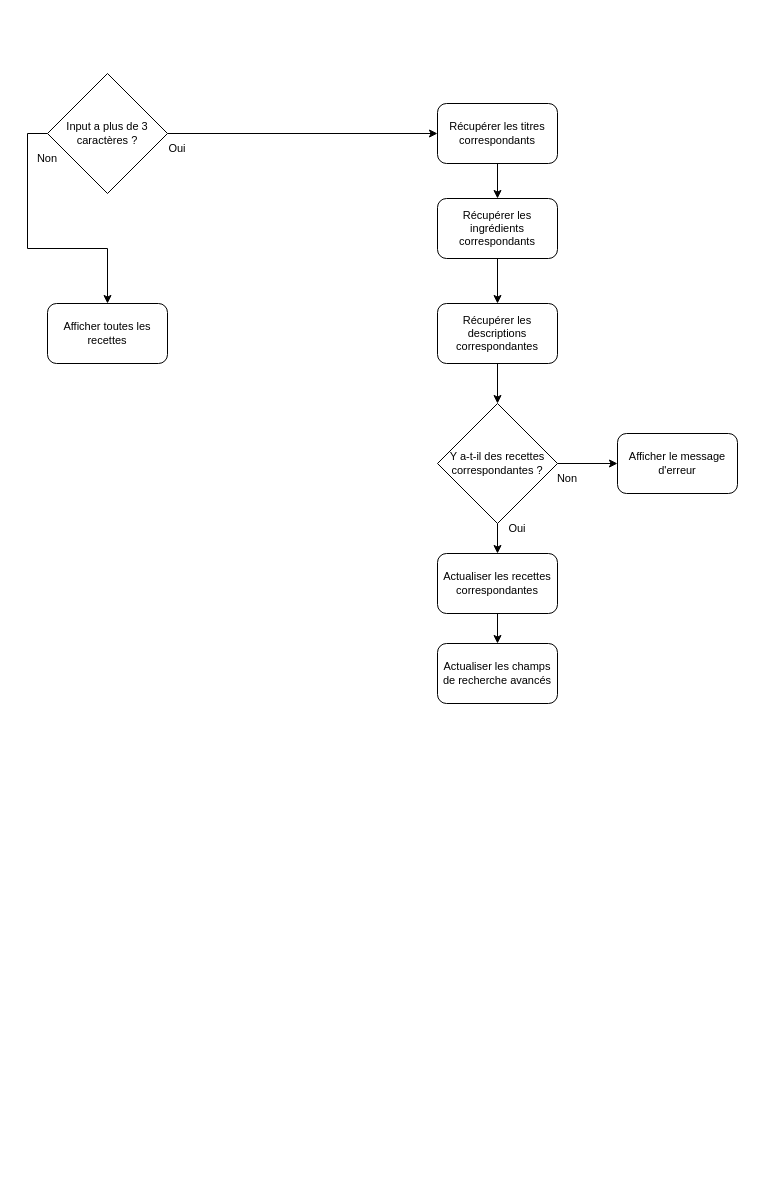
Earlier version of the draw.io diagram assets/Schéma.drawio (l-nikola/LesPetitsPlats). Source tidied: cells renumbered, new cells numbered last; positions are measured from the earlier drawing's top-left corner, leaving out a move shared by most shapes. Both pictures are drawn from the tidied source at 100%, with x=0, y=0 at pixel (17, 73).
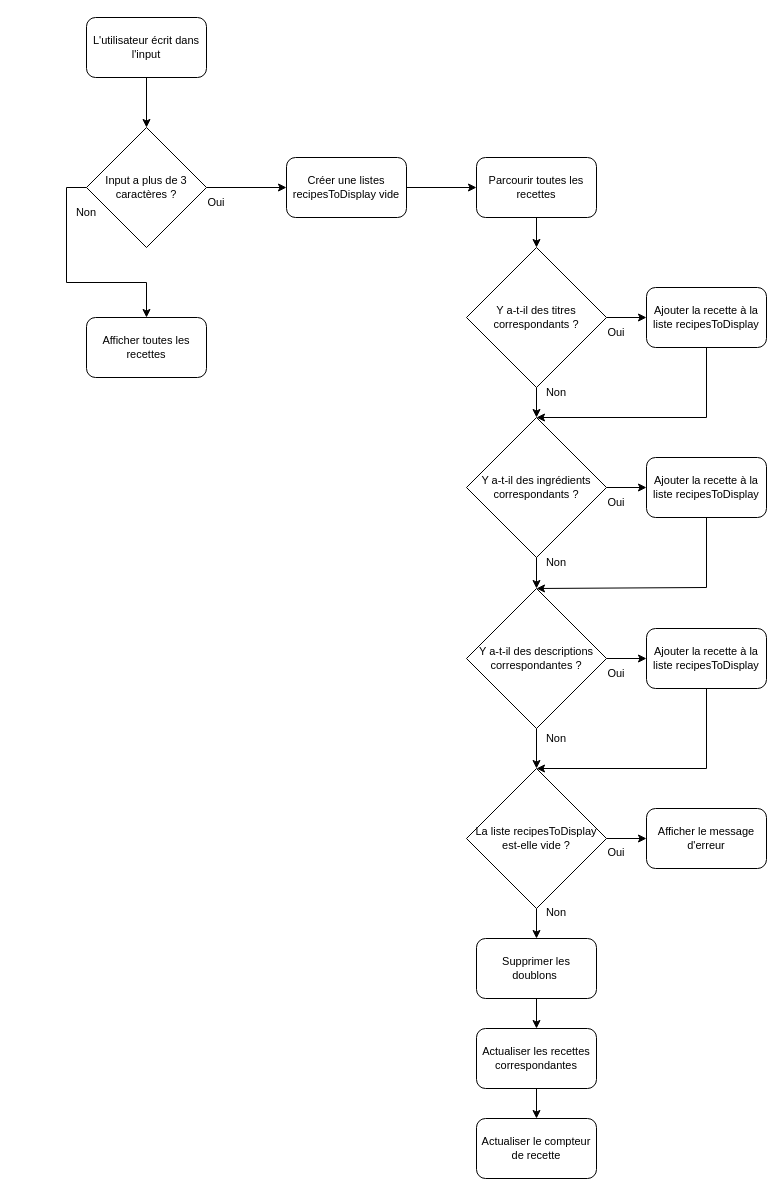
After the change.

Commit message:
fix : add details on schema

What changed in the source:
```diff
@@
-    <mxCell id="2" style="edgeStyle=orthogonalEdgeStyle;rounded=0;jettySize=auto;html=1;exitX=1;exitY=0.5;exitDx=0;exitDy=0;entryX=0;entryY=0.5;entryDx=0;entryDy=0;fontSize=11;" parent="1" edge="1" source="4" target="7">
+    <mxCell id="2" style="edgeStyle=orthogonalEdgeStyle;rounded=0;jettySize=auto;html=1;exitX=1;exitY=0.5;exitDx=0;exitDy=0;fontSize=11;entryX=0;entryY=0.5;entryDx=0;entryDy=0;" parent="1" edge="1" source="4" target="27">
       <mxGeometry relative="1" as="geometry" />
     </mxCell>
@@
     <mxCell id="4" value="Input a plus de 3 caractères ?" style="rhombus;whiteSpace=wrap;html=1;rounded=0;fontSize=11;" parent="1" vertex="1">
-      <mxGeometry x="30" width="120" height="120" as="geometry" />
+      <mxGeometry x="69" y="54" width="120" height="120" as="geometry" />
     </mxCell>
     <mxCell id="5" value="Afficher toutes les recettes" style="rounded=1;whiteSpace=wrap;html=1;fontSize=11;" parent="1" vertex="1">
-      <mxGeometry x="30" y="230" width="120" height="60" as="geometry" />
+      <mxGeometry x="69" y="244" width="120" height="60" as="geometry" />
     </mxCell>
-    <mxCell id="6" style="edgeStyle=orthogonalEdgeStyle;rounded=0;jettySize=auto;html=1;exitX=0.5;exitY=1;exitDx=0;exitDy=0;entryX=0.5;entryY=0;entryDx=0;entryDy=0;fontSize=11;" parent="1" edge="1" source="7" target="11">
+    <mxCell id="6" style="edgeStyle=orthogonalEdgeStyle;rounded=0;jettySize=auto;html=1;exitX=0.5;exitY=1;exitDx=0;exitDy=0;entryX=0.5;entryY=0;entryDx=0;entryDy=0;fontSize=11;" parent="1" edge="1" source="29" target="32">
       <mxGeometry relative="1" as="geometry" />
     </mxCell>
+    <mxCell id="23" style="edgeStyle=orthogonalEdgeStyle;rounded=0;jettySize=auto;html=1;entryX=0.5;entryY=0;entryDx=0;entryDy=0;" parent="1" edge="1" source="7" target="32">
+      <mxGeometry relative="1" as="geometry">
+        <Array as="points">
+          <mxPoint x="689" y="344" />
+        </Array>
+      </mxGeometry>
+    </mxCell>
-    <mxCell id="7" value="Récupérer les titres correspondants" style="rounded=1;whiteSpace=wrap;html=1;fontSize=11;" parent="1" vertex="1">
-      <mxGeometry x="420" y="30" width="120" height="60" as="geometry" />
+    <mxCell id="7" value="Ajouter la recette à la liste recipesToDisplay" style="rounded=1;whiteSpace=wrap;html=1;fontSize=11;" parent="1" vertex="1">
+      <mxGeometry x="629" y="214" width="120" height="60" as="geometry" />
     </mxCell>
-    <mxCell id="8" style="edgeStyle=orthogonalEdgeStyle;rounded=0;jettySize=auto;html=1;exitX=0.5;exitY=1;exitDx=0;exitDy=0;entryX=0.5;entryY=0;entryDx=0;entryDy=0;fontSize=11;" parent="1" edge="1" source="9" target="14">
-      <mxGeometry relative="1" as="geometry" />
-    </mxCell>
-    <mxCell id="9" value="Récupérer les descriptions correspondantes" style="rounded=1;whiteSpace=wrap;html=1;fontSize=11;" parent="1" vertex="1">
-      <mxGeometry x="420" y="230" width="120" height="60" as="geometry" />
-    </mxCell>
-    <mxCell id="10" style="edgeStyle=orthogonalEdgeStyle;rounded=0;jettySize=auto;html=1;exitX=0.5;exitY=1;exitDx=0;exitDy=0;entryX=0.5;entryY=0;entryDx=0;entryDy=0;fontSize=11;" parent="1" edge="1" source="11" target="9">
-      <mxGeometry relative="1" as="geometry" />
-    </mxCell>
-    <mxCell id="11" value="Récupérer les ingrédients correspondants" style="rounded=1;whiteSpace=wrap;html=1;fontSize=11;" parent="1" vertex="1">
-      <mxGeometry x="420" y="125" width="120" height="60" as="geometry" />
-    </mxCell>
-    <mxCell id="12" style="edgeStyle=orthogonalEdgeStyle;rounded=0;jettySize=auto;html=1;exitX=1;exitY=0.5;exitDx=0;exitDy=0;entryX=0;entryY=0.5;entryDx=0;entryDy=0;fontSize=11;" parent="1" edge="1" source="14" target="15">
-      <mxGeometry relative="1" as="geometry" />
-    </mxCell>
-    <mxCell id="13" style="edgeStyle=orthogonalEdgeStyle;rounded=0;jettySize=auto;html=1;exitX=0.5;exitY=1;exitDx=0;exitDy=0;entryX=0.5;entryY=0;entryDx=0;entryDy=0;fontSize=11;" parent="1" edge="1" source="14" target="17">
-      <mxGeometry relative="1" as="geometry" />
-    </mxCell>
-    <mxCell id="14" value="Y a-t-il des recettes correspondantes ?" style="rhombus;whiteSpace=wrap;html=1;fontSize=11;" parent="1" vertex="1">
-      <mxGeometry x="420" y="330" width="120" height="120" as="geometry" />
-    </mxCell>
+    <mxCell id="19" value="Oui" style="text;html=1;align=center;verticalAlign=middle;whiteSpace=wrap;rounded=0;fontSize=11;" parent="1" vertex="1">
+      <mxGeometry x="169" y="114" width="60" height="30" as="geometry" />
+    </mxCell>
+    <mxCell id="22" value="Non" style="text;html=1;align=center;verticalAlign=middle;whiteSpace=wrap;rounded=0;fontSize=11;" parent="1" vertex="1">
+      <mxGeometry x="39" y="124" width="60" height="30" as="geometry" />
+    </mxCell>
+    <mxCell id="24" style="edgeStyle=orthogonalEdgeStyle;rounded=0;jettySize=auto;html=1;" parent="1" edge="1" source="25" target="4">
+      <mxGeometry relative="1" as="geometry" />
+    </mxCell>
+    <mxCell id="25" value="L'utilisateur écrit dans l'input" style="rounded=1;whiteSpace=wrap;html=1;fontSize=11;" parent="1" vertex="1">
+      <mxGeometry x="69" y="-56" width="120" height="60" as="geometry" />
+    </mxCell>
+    <mxCell id="26" style="edgeStyle=orthogonalEdgeStyle;rounded=0;jettySize=auto;html=1;entryX=0;entryY=0.5;entryDx=0;entryDy=0;" parent="1" edge="1" source="27" target="35">
+      <mxGeometry relative="1" as="geometry" />
+    </mxCell>
+    <mxCell id="27" value="Créer une listes recipesToDisplay vide" style="rounded=1;whiteSpace=wrap;html=1;fontSize=11;" parent="1" vertex="1">
+      <mxGeometry x="269" y="84" width="120" height="60" as="geometry" />
+    </mxCell>
+    <mxCell id="28" style="edgeStyle=orthogonalEdgeStyle;rounded=0;jettySize=auto;html=1;" parent="1" edge="1" source="29" target="7">
+      <mxGeometry relative="1" as="geometry" />
+    </mxCell>
+    <mxCell id="29" value="&lt;font&gt;Y a-t-il des titres correspondants ?&lt;/font&gt;" style="rhombus;whiteSpace=wrap;html=1;fontSize=11;align=center;fillColor=default;rounded=0;shadow=0;" parent="1" vertex="1">
+      <mxGeometry x="449" y="174" width="140" height="140" as="geometry" />
+    </mxCell>
+    <mxCell id="30" value="Ajouter la recette à la liste recipesToDisplay" style="rounded=1;whiteSpace=wrap;html=1;fontSize=11;" parent="1" vertex="1">
+      <mxGeometry x="629" y="384" width="120" height="60" as="geometry" />
+    </mxCell>
+    <mxCell id="31" style="edgeStyle=orthogonalEdgeStyle;rounded=0;jettySize=auto;html=1;" parent="1" edge="1" source="32" target="30">
+      <mxGeometry relative="1" as="geometry" />
+    </mxCell>
+    <mxCell id="32" value="Y a-t-il des ingrédients correspondants ?" style="rhombus;whiteSpace=wrap;html=1;fontSize=11;" parent="1" vertex="1">
+      <mxGeometry x="449" y="344" width="140" height="140" as="geometry" />
+    </mxCell>
+    <mxCell id="33" style="edgeStyle=orthogonalEdgeStyle;rounded=0;jettySize=auto;html=1;fontSize=11;exitX=0.5;exitY=1;exitDx=0;exitDy=0;entryX=0.5;entryY=0;entryDx=0;entryDy=0;" parent="1" edge="1" source="32" target="45">
+      <mxGeometry relative="1" as="geometry" />
+    </mxCell>
+    <mxCell id="34" style="edgeStyle=orthogonalEdgeStyle;rounded=0;jettySize=auto;html=1;" parent="1" edge="1" source="35" target="29">
+      <mxGeometry relative="1" as="geometry" />
+    </mxCell>
+    <mxCell id="35" value="Parcourir toutes les recettes" style="rounded=1;whiteSpace=wrap;html=1;fontSize=11;" parent="1" vertex="1">
+      <mxGeometry x="459" y="84" width="120" height="60" as="geometry" />
+    </mxCell>
+    <mxCell id="36" value="Non" style="text;html=1;align=center;verticalAlign=middle;whiteSpace=wrap;rounded=0;fontSize=11;" parent="1" vertex="1">
+      <mxGeometry x="509" y="304" width="60" height="30" as="geometry" />
+    </mxCell>
+    <mxCell id="37" value="Non" style="text;html=1;align=center;verticalAlign=middle;whiteSpace=wrap;rounded=0;fontSize=11;" parent="1" vertex="1">
+      <mxGeometry x="509" y="474" width="60" height="30" as="geometry" />
+    </mxCell>
+    <mxCell id="38" value="Oui" style="text;html=1;align=center;verticalAlign=middle;whiteSpace=wrap;rounded=0;fontSize=11;" parent="1" vertex="1">
+      <mxGeometry x="569" y="244" width="60" height="30" as="geometry" />
+    </mxCell>
+    <mxCell id="39" value="Oui" style="text;html=1;align=center;verticalAlign=middle;whiteSpace=wrap;rounded=0;fontSize=11;" parent="1" vertex="1">
+      <mxGeometry x="569" y="414" width="60" height="30" as="geometry" />
+    </mxCell>
+    <mxCell id="40" style="edgeStyle=orthogonalEdgeStyle;rounded=0;jettySize=auto;html=1;exitX=0.5;exitY=1;exitDx=0;exitDy=0;entryX=0.5;entryY=0;entryDx=0;entryDy=0;" parent="1" edge="1" source="30" target="45">
+      <mxGeometry relative="1" as="geometry">
+        <Array as="points">
+          <mxPoint x="689" y="514" />
+          <mxPoint x="519" y="514" />
+        </Array>
+      </mxGeometry>
+    </mxCell>
+    <mxCell id="41" style="edgeStyle=orthogonalEdgeStyle;rounded=0;jettySize=auto;html=1;exitX=0.5;exitY=1;exitDx=0;exitDy=0;entryX=0.5;entryY=0;entryDx=0;entryDy=0;fontSize=11;" parent="1" edge="1" source="17" target="42">
+      <mxGeometry relative="1" as="geometry" />
+    </mxCell>
+    <mxCell id="17" value="Actualiser les recettes correspondantes" style="rounded=1;whiteSpace=wrap;html=1;fontSize=11;" parent="1" vertex="1">
+      <mxGeometry x="459" y="955" width="120" height="60" as="geometry" />
+    </mxCell>
+    <mxCell id="42" value="Actualiser le compteur de recette" style="rounded=1;whiteSpace=wrap;html=1;fontSize=11;" parent="1" vertex="1">
+      <mxGeometry x="459" y="1045" width="120" height="60" as="geometry" />
+    </mxCell>
+    <mxCell id="43" style="edgeStyle=orthogonalEdgeStyle;rounded=0;jettySize=auto;html=1;" parent="1" edge="1" source="45" target="46">
+      <mxGeometry relative="1" as="geometry" />
+    </mxCell>
+    <mxCell id="44" style="edgeStyle=orthogonalEdgeStyle;rounded=0;jettySize=auto;html=1;entryX=0.5;entryY=0;entryDx=0;entryDy=0;" parent="1" edge="1" source="45" target="54">
+      <mxGeometry relative="1" as="geometry" />
+    </mxCell>
+    <mxCell id="45" value="Y a-t-il des descriptions correspondantes ?" style="rhombus;whiteSpace=wrap;html=1;fontSize=11;" parent="1" vertex="1">
+      <mxGeometry x="449" y="515" width="140" height="140" as="geometry" />
+    </mxCell>
+    <mxCell id="46" value="Ajouter la recette à la liste recipesToDisplay" style="rounded=1;whiteSpace=wrap;html=1;fontSize=11;" parent="1" vertex="1">
+      <mxGeometry x="629" y="555" width="120" height="60" as="geometry" />
+    </mxCell>
+    <mxCell id="47" value="Oui" style="text;html=1;align=center;verticalAlign=middle;whiteSpace=wrap;rounded=0;fontSize=11;" parent="1" vertex="1">
+      <mxGeometry x="569" y="585" width="60" height="30" as="geometry" />
+    </mxCell>
+    <mxCell id="48" value="Non" style="text;html=1;align=center;verticalAlign=middle;whiteSpace=wrap;rounded=0;fontSize=11;" parent="1" vertex="1">
+      <mxGeometry x="509" y="650" width="60" height="30" as="geometry" />
+    </mxCell>
+    <mxCell id="49" style="edgeStyle=orthogonalEdgeStyle;rounded=0;jettySize=auto;html=1;" parent="1" edge="1" source="50" target="17">
+      <mxGeometry relative="1" as="geometry" />
+    </mxCell>
+    <mxCell id="50" value="Supprimer les doublons&amp;nbsp;" style="rounded=1;whiteSpace=wrap;html=1;fontSize=11;" parent="1" vertex="1">
+      <mxGeometry x="459" y="865" width="120" height="60" as="geometry" />
+    </mxCell>
     <mxCell id="15" value="Afficher le message d'erreur" style="rounded=1;whiteSpace=wrap;html=1;fontSize=11;" parent="1" vertex="1">
-      <mxGeometry x="600" y="360" width="120" height="60" as="geometry" />
+      <mxGeometry x="629" y="735" width="120" height="60" as="geometry" />
     </mxCell>
-    <mxCell id="16" style="edgeStyle=orthogonalEdgeStyle;rounded=0;jettySize=auto;html=1;exitX=0.5;exitY=1;exitDx=0;exitDy=0;entryX=0.5;entryY=0;entryDx=0;entryDy=0;fontSize=11;" parent="1" edge="1" source="17" target="18">
-      <mxGeometry relative="1" as="geometry" />
-    </mxCell>
-    <mxCell id="17" value="Actualiser les recettes correspondantes" style="rounded=1;whiteSpace=wrap;html=1;fontSize=11;" parent="1" vertex="1">
-      <mxGeometry x="420" y="480" width="120" height="60" as="geometry" />
-    </mxCell>
-    <mxCell id="18" value="Actualiser les champs de recherche avancés" style="rounded=1;whiteSpace=wrap;html=1;fontSize=11;" parent="1" vertex="1">
-      <mxGeometry x="420" y="570" width="120" height="60" as="geometry" />
-    </mxCell>
-    <mxCell id="19" value="Oui" style="text;html=1;align=center;verticalAlign=middle;whiteSpace=wrap;rounded=0;fontSize=11;" parent="1" vertex="1">
-      <mxGeometry x="130" y="60" width="60" height="30" as="geometry" />
-    </mxCell>
-    <mxCell id="20" value="Oui" style="text;html=1;align=center;verticalAlign=middle;whiteSpace=wrap;rounded=0;fontSize=11;" parent="1" vertex="1">
-      <mxGeometry x="470" y="440" width="60" height="30" as="geometry" />
-    </mxCell>
-    <mxCell id="21" value="Non" style="text;html=1;align=center;verticalAlign=middle;whiteSpace=wrap;rounded=0;fontSize=11;" parent="1" vertex="1">
-      <mxGeometry x="520" y="390" width="60" height="30" as="geometry" />
-    </mxCell>
-    <mxCell id="22" value="Non" style="text;html=1;align=center;verticalAlign=middle;whiteSpace=wrap;rounded=0;fontSize=11;" parent="1" vertex="1">
-      <mxGeometry y="70" width="60" height="30" as="geometry" />
-    </mxCell>
+    <mxCell id="51" style="edgeStyle=orthogonalEdgeStyle;rounded=0;jettySize=auto;html=1;exitX=0.5;exitY=1;exitDx=0;exitDy=0;entryX=0.5;entryY=0;entryDx=0;entryDy=0;" parent="1" edge="1" source="46" target="54">
+      <mxGeometry relative="1" as="geometry">
+        <Array as="points">
+          <mxPoint x="689" y="695" />
+        </Array>
+      </mxGeometry>
+    </mxCell>
+    <mxCell id="52" style="edgeStyle=orthogonalEdgeStyle;rounded=0;jettySize=auto;html=1;exitX=0.5;exitY=1;exitDx=0;exitDy=0;entryX=0.5;entryY=0;entryDx=0;entryDy=0;" parent="1" edge="1" source="54" target="50">
+      <mxGeometry relative="1" as="geometry" />
+    </mxCell>
+    <mxCell id="53" style="edgeStyle=orthogonalEdgeStyle;rounded=0;jettySize=auto;html=1;" parent="1" edge="1" source="54" target="15">
+      <mxGeometry relative="1" as="geometry" />
+    </mxCell>
+    <mxCell id="54" value="&lt;font&gt;La liste recipesToDisplay est-elle&amp;nbsp;vide ?&lt;/font&gt;" style="rhombus;whiteSpace=wrap;html=1;fontSize=11;" parent="1" vertex="1">
+      <mxGeometry x="449" y="695" width="140" height="140" as="geometry" />
+    </mxCell>
+    <mxCell id="55" value="Non" style="text;html=1;align=center;verticalAlign=middle;whiteSpace=wrap;rounded=0;fontSize=11;" parent="1" vertex="1">
+      <mxGeometry x="509" y="824" width="60" height="30" as="geometry" />
+    </mxCell>
+    <mxCell id="56" value="Oui" style="text;html=1;align=center;verticalAlign=middle;whiteSpace=wrap;rounded=0;fontSize=11;" parent="1" vertex="1">
+      <mxGeometry x="569" y="764" width="60" height="30" as="geometry" />
+    </mxCell>
```
